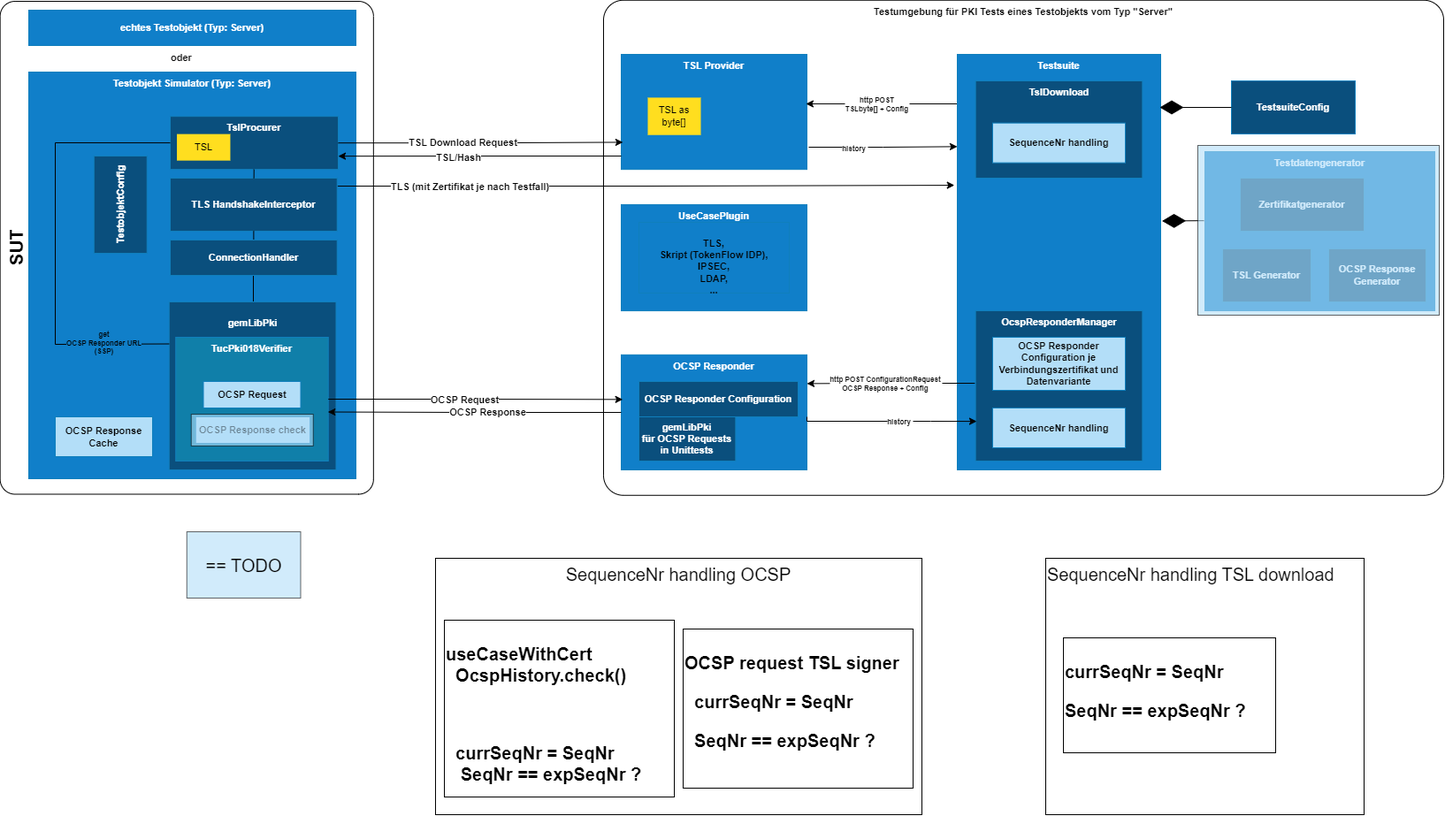
Above: docs/img/components.png in gematik/app-PkiTestsuite (draw.io), before the change. Source tidied: cells renumbered, new cells last; positions are measured from the earlier drawing's top-left corner, leaving out a move shared by most shapes.
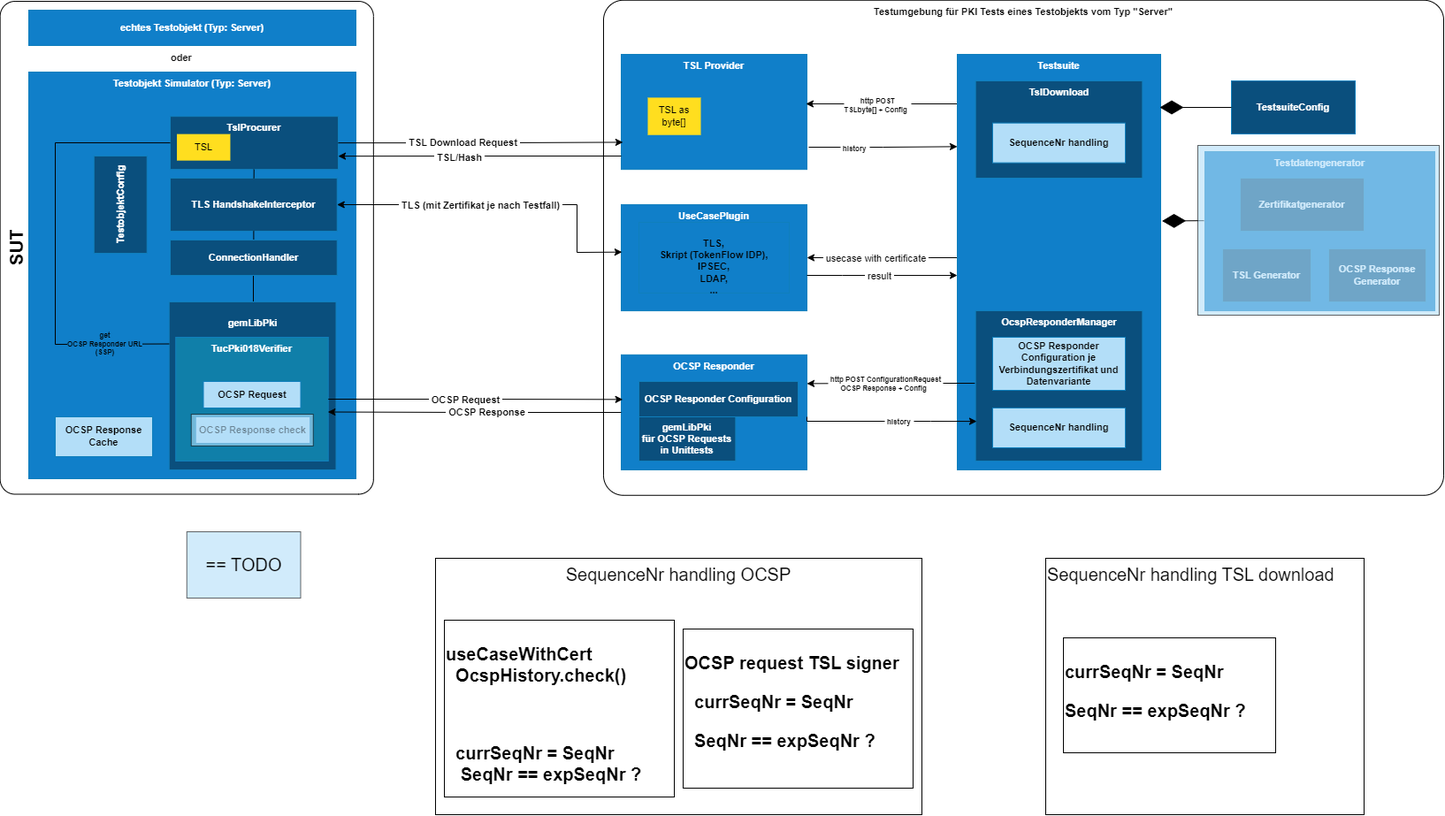
After the change.

The edit, as a diff of the source:
```diff
@@ -20,14 +20,6 @@
     <mxCell id="7" value="&lt;p&gt;&lt;strong&gt;oder&lt;/strong&gt;&lt;/p&gt;" style="text;whiteSpace=wrap;html=1;fontSize=11;" parent="1" vertex="1">
       <mxGeometry x="258.8" y="41" width="35" height="40" as="geometry" />
     </mxCell>
-    <mxCell id="8" style="edgeStyle=orthogonalEdgeStyle;rounded=0;jettySize=auto;html=1;entryX=-0.014;entryY=0.315;entryDx=0;entryDy=0;fontColor=default;entryPerimeter=0;" parent="1" edge="1" target="40">
-      <mxGeometry relative="1" as="geometry">
-        <mxPoint x="449" y="210" as="sourcePoint" />
-      </mxGeometry>
-    </mxCell>
-    <mxCell id="9" value="&lt;strong&gt;TLS (mit Zertifikat je nach Testfall)&lt;/strong&gt;" style="edgeLabel;html=1;align=center;verticalAlign=middle;fontColor=default;" parent="8" vertex="1">
-      <mxGeometry x="-0.57" relative="1" as="geometry" />
-    </mxCell>
     <mxCell id="10" value="&lt;p&gt;&lt;strong&gt;TLS&amp;nbsp;&lt;/strong&gt;&lt;strong style=&quot;background-color: initial;&quot;&gt;HandshakeInterceptor&lt;/strong&gt;&lt;/p&gt;" style="rounded=0;whiteSpace=wrap;html=1;fontSize=11;verticalAlign=middle;fillColor=#0a4f7d;fontColor=#ffffff;strokeColor=#107fbc;" parent="1" vertex="1">
       <mxGeometry x="260" y="201" width="188.8" height="60" as="geometry" />
     </mxCell>
@@ -120,9 +112,20 @@
         <mxPoint x="1150" y="117" as="sourcePoint" />
       </mxGeometry>
     </mxCell>
-    <mxCell id="39" value="http POST&#10;TSLbyte[] + Config" style="edgeLabel;align=center;verticalAlign=middle;fontColor=default;fontSize=8;fontStyle=1;" parent="38" vertex="1">
+    <mxCell id="39" value=" http POST&#10;TSLbyte[] + Config " style="edgeLabel;align=center;verticalAlign=middle;fontColor=default;fontSize=8;fontStyle=1;" parent="38" vertex="1">
       <mxGeometry x="0.07" y="1" relative="1" as="geometry" />
     </mxCell>
+    <mxCell id="75" style="edgeStyle=orthogonalEdgeStyle;rounded=0;jettySize=auto;html=1;entryX=1;entryY=0.5;entryDx=0;entryDy=0;" parent="1" edge="1" source="40" target="18">
+      <mxGeometry relative="1" as="geometry">
+        <Array as="points">
+          <mxPoint x="1110" y="291" />
+          <mxPoint x="1110" y="291" />
+        </Array>
+      </mxGeometry>
+    </mxCell>
+    <mxCell id="76" value="&amp;nbsp;usecase with certificate&amp;nbsp;" style="edgeLabel;html=1;align=center;verticalAlign=middle;fontStyle=0;" parent="75" vertex="1">
+      <mxGeometry x="0.09" relative="1" as="geometry" />
+    </mxCell>
     <mxCell id="40" value="&lt;strong&gt;Testsuite&lt;/strong&gt;" style="rounded=0;whiteSpace=wrap;html=1;fontSize=11;verticalAlign=top;fillColor=#107fc9;fontColor=#ffffff;strokeColor=#107fbc;" parent="1" vertex="1">
       <mxGeometry x="1150" y="61" width="230" height="470" as="geometry" />
     </mxCell>
@@ -131,7 +134,7 @@
         <mxPoint x="1170" y="433" as="sourcePoint" />
       </mxGeometry>
     </mxCell>
-    <mxCell id="42" value="http POST ConfigurationRequest&#10;OCSP Response + Config" style="edgeLabel;align=center;verticalAlign=middle;fontColor=default;fontSize=8;fontStyle=1;" parent="41" vertex="1">
+    <mxCell id="42" value=" http POST ConfigurationRequest&#10;OCSP Response + Config " style="edgeLabel;align=center;verticalAlign=middle;fontColor=default;fontSize=8;fontStyle=1;" parent="41" vertex="1">
       <mxGeometry x="0.08" relative="1" as="geometry" />
     </mxCell>
     <mxCell id="43" value="&lt;strong&gt;TslDownload&lt;/strong&gt;" style="rounded=0;whiteSpace=wrap;html=1;fontSize=11;verticalAlign=top;fillColor=#0a4f7d;fontColor=#ffffff;strokeColor=#107fbc;" parent="1" vertex="1">
@@ -169,7 +172,7 @@
         <mxPoint x="771.9" y="160.4" as="targetPoint" />
       </mxGeometry>
     </mxCell>
-    <mxCell id="54" value="&lt;strong&gt;TSL Download Request&lt;/strong&gt;" style="edgeLabel;html=1;align=center;verticalAlign=middle;fontColor=default;" parent="53" vertex="1">
+    <mxCell id="54" value="&lt;strong&gt;&amp;nbsp;TSL Download Request&amp;nbsp;&lt;/strong&gt;" style="edgeLabel;html=1;align=center;verticalAlign=middle;fontColor=default;" parent="53" vertex="1">
       <mxGeometry x="-0.13" y="1" relative="1" as="geometry" />
     </mxCell>
     <mxCell id="55" style="edgeStyle=orthogonalEdgeStyle;rounded=0;jettySize=auto;html=1;entryX=1;entryY=0.75;entryDx=0;entryDy=0;fontColor=default;" parent="1" edge="1" target="26">
@@ -177,7 +180,7 @@
         <mxPoint x="770" y="176" as="sourcePoint" />
       </mxGeometry>
     </mxCell>
-    <mxCell id="56" value="&lt;strong&gt;TSL/Hash&lt;/strong&gt;" style="edgeLabel;html=1;align=center;verticalAlign=middle;fontColor=default;" parent="55" vertex="1">
+    <mxCell id="56" value="&lt;strong&gt;&amp;nbsp;TSL/Hash&amp;nbsp;&lt;/strong&gt;" style="edgeLabel;html=1;align=center;verticalAlign=middle;fontColor=default;" parent="55" vertex="1">
       <mxGeometry x="0.15" y="1" relative="1" as="geometry" />
     </mxCell>
     <mxCell id="57" style="edgeStyle=orthogonalEdgeStyle;rounded=0;jettySize=auto;html=1;fontColor=default;" parent="1" edge="1" source="33">
@@ -185,7 +188,7 @@
         <mxPoint x="771.7" y="451.3" as="targetPoint" />
       </mxGeometry>
     </mxCell>
-    <mxCell id="58" value="&lt;strong&gt;OCSP Request&lt;/strong&gt;" style="edgeLabel;html=1;align=center;verticalAlign=middle;fontColor=default;" parent="57" vertex="1">
+    <mxCell id="58" value="&lt;strong&gt;&amp;nbsp;OCSP Request&amp;nbsp;&lt;/strong&gt;" style="edgeLabel;html=1;align=center;verticalAlign=middle;fontColor=default;" parent="57" vertex="1">
       <mxGeometry x="-0.08" relative="1" as="geometry" />
     </mxCell>
     <mxCell id="59" style="edgeStyle=orthogonalEdgeStyle;rounded=0;jettySize=auto;html=1;fontColor=default;" parent="1" edge="1" source="22">
@@ -193,7 +196,7 @@
         <mxPoint x="438.3" y="465.5" as="targetPoint" />
       </mxGeometry>
     </mxCell>
-    <mxCell id="60" value="&lt;strong&gt;OCSP Response&lt;/strong&gt;" style="edgeLabel;html=1;align=center;verticalAlign=middle;fontColor=default;" parent="59" vertex="1">
+    <mxCell id="60" value="&lt;strong&gt;&amp;nbsp;OCSP Response&amp;nbsp;&lt;/strong&gt;" style="edgeLabel;html=1;align=center;verticalAlign=middle;fontColor=default;" parent="59" vertex="1">
       <mxGeometry x="-0.08" y="-1" relative="1" as="geometry" />
     </mxCell>
     <mxCell id="61" style="edgeStyle=orthogonalEdgeStyle;rounded=0;jettySize=auto;html=1;entryX=0;entryY=0.222;entryDx=0;entryDy=0;entryPerimeter=0;fontColor=default;" parent="1" edge="1" target="40">
@@ -201,7 +204,7 @@
         <mxPoint x="982" y="166" as="sourcePoint" />
       </mxGeometry>
     </mxCell>
-    <mxCell id="62" value="history" style="edgeLabel;align=center;verticalAlign=middle;fontColor=default;fontStyle=1;fontSize=8;" parent="61" vertex="1">
+    <mxCell id="62" value=" history " style="edgeLabel;align=center;verticalAlign=middle;fontColor=default;fontStyle=1;fontSize=8;" parent="61" vertex="1">
       <mxGeometry x="-0.39" y="-1" relative="1" as="geometry" />
     </mxCell>
     <mxCell id="63" style="edgeStyle=orthogonalEdgeStyle;rounded=0;jettySize=auto;html=1;fontColor=default;fontSize=11;entryX=0.007;entryY=0.736;entryDx=0;entryDy=0;entryPerimeter=0;" parent="1" edge="1" target="45">
@@ -213,7 +216,7 @@
         </Array>
       </mxGeometry>
     </mxCell>
-    <mxCell id="64" value="history" style="edgeLabel;align=center;verticalAlign=middle;fontColor=default;fontSize=8;fontStyle=1;" parent="63" vertex="1">
+    <mxCell id="64" value=" history " style="edgeLabel;align=center;verticalAlign=middle;fontColor=default;fontSize=8;fontStyle=1;" parent="63" vertex="1">
       <mxGeometry x="0.11" relative="1" as="geometry" />
     </mxCell>
     <mxCell id="65" style="endArrow=diamondThin;endFill=1;endSize=24;html=1;rounded=0;fontSize=8;fontColor=default;exitX=0;exitY=0.5;exitDx=0;exitDy=0;" parent="1" edge="1" source="47">
@@ -255,5 +258,29 @@
         <mxPoint x="13" as="offset" />
       </mxGeometry>
     </mxCell>
+    <mxCell id="77" style="edgeStyle=orthogonalEdgeStyle;rounded=0;jettySize=auto;html=1;entryX=0;entryY=0.532;entryDx=0;entryDy=0;entryPerimeter=0;" parent="1" edge="1" source="18" target="40">
+      <mxGeometry relative="1" as="geometry">
+        <Array as="points">
+          <mxPoint x="1020" y="311" />
+          <mxPoint x="1020" y="311" />
+        </Array>
+      </mxGeometry>
+    </mxCell>
+    <mxCell id="78" value="&amp;nbsp;result&amp;nbsp;" style="edgeLabel;html=1;align=center;verticalAlign=middle;" parent="77" vertex="1">
+      <mxGeometry x="-0.04" relative="1" as="geometry" />
+    </mxCell>
+    <mxCell id="79" style="endArrow=classic;startArrow=classic;html=1;rounded=0;entryX=0.004;entryY=0.447;entryDx=0;entryDy=0;entryPerimeter=0;" parent="1" edge="1" source="10" target="18">
+      <mxGeometry relative="1" as="geometry">
+        <Array as="points">
+          <mxPoint x="720" y="231" />
+          <mxPoint x="720" y="285" />
+        </Array>
+      </mxGeometry>
+    </mxCell>
+    <mxCell id="9" value="&lt;strong style=&quot;border-color: var(--border-color);&quot;&gt;&amp;nbsp;TLS (mit Zertifikat je nach Testfall)&amp;nbsp;&lt;/strong&gt;" style="edgeLabel;html=1;align=center;verticalAlign=middle;" parent="79" vertex="1">
+      <mxGeometry x="-0.05" relative="1" as="geometry">
+        <mxPoint x="-17" as="offset" />
+      </mxGeometry>
+    </mxCell>
   </root>
 </mxGraphModel>
```
